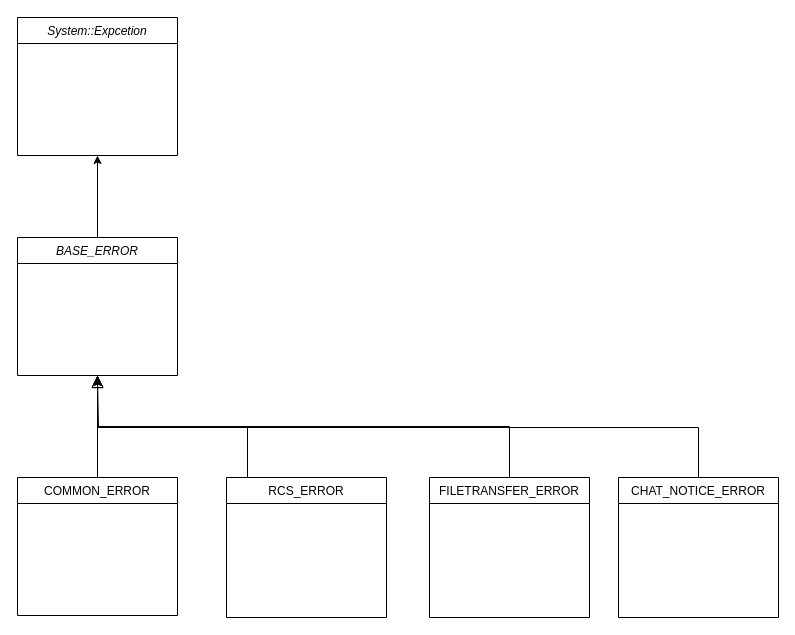
This is UML/mirero/제목 없는 다이어그램.drawio from rhkdguskim/Study, a draw.io file, before an edit. Source tidied: cells renumbered, new cells numbered last; positions are measured from the earlier drawing's top-left corner, leaving out a move shared by most shapes. Both pictures are drawn from the tidied source at 100%, with x=0, y=0 at pixel (17, 17).
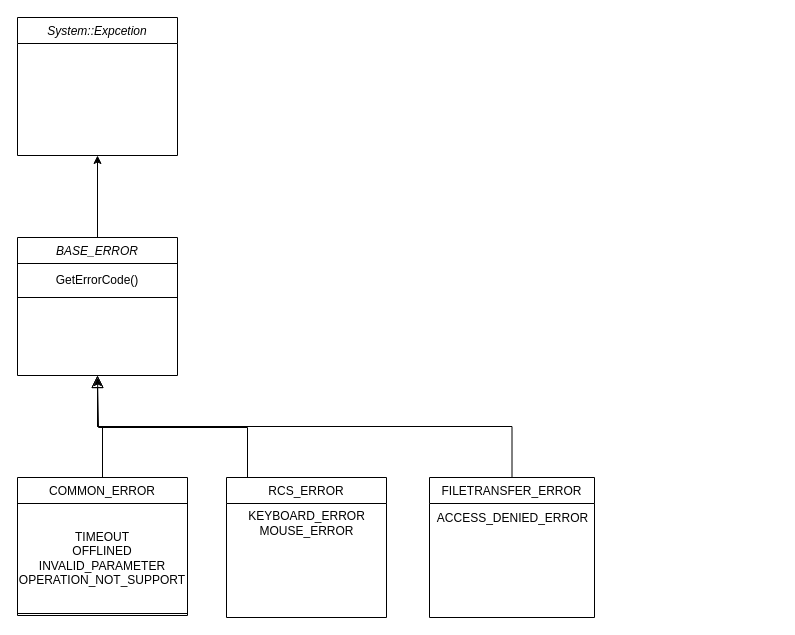
The same page after the edit.

Commit message (it also covers changes not shown here):
제목 없는 다이어그램.drawio 업데이트

The edit, as a diff of the source:
```diff
@@
 <mxGraphModel>
   <root>
     <mxCell id="0" />
     <mxCell id="1" parent="0" />
     <mxCell id="2" style="edgeStyle=orthogonalEdgeStyle;rounded=0;jettySize=auto;html=1;entryX=0.5;entryY=1;entryDx=0;entryDy=0;" parent="1" edge="1" source="3" target="8">
       <mxGeometry relative="1" as="geometry" />
     </mxCell>
     <mxCell id="3" value="BASE_ERROR" style="swimlane;fontStyle=2;align=center;verticalAlign=top;horizontal=1;startSize=26;rounded=0;shadow=0;strokeWidth=1;" parent="1" vertex="1">
       <mxGeometry y="220" width="160" height="138" as="geometry" />
     </mxCell>
+    <mxCell id="13" value="GetErrorCode()" style="whiteSpace=wrap;html=1;" parent="3" vertex="1">
+      <mxGeometry y="26" width="160" height="34" as="geometry" />
+    </mxCell>
     <mxCell id="4" value="COMMON_ERROR" style="swimlane;fontStyle=0;align=center;verticalAlign=top;horizontal=1;startSize=26;rounded=0;shadow=0;strokeWidth=1;" parent="1" vertex="1">
-      <mxGeometry y="460" width="160" height="138" as="geometry" />
+      <mxGeometry y="460" width="170" height="138" as="geometry" />
     </mxCell>
+    <mxCell id="14" value="TIMEOUT&lt;div&gt;OFFLINED&lt;/div&gt;&lt;div&gt;INVALID_PARAMETER&lt;br&gt;&lt;/div&gt;&lt;div&gt;OPERATION_NOT_SUPPORT&lt;/div&gt;" style="whiteSpace=wrap;html=1;" parent="4" vertex="1">
+      <mxGeometry y="26" width="170" height="110" as="geometry" />
+    </mxCell>
     <mxCell id="5" style="endArrow=block;endSize=10;endFill=0;shadow=0;strokeWidth=1;rounded=0;curved=0;edgeStyle=elbowEdgeStyle;elbow=vertical;" parent="1" edge="1" source="4" target="3">
       <mxGeometry relative="1" as="geometry" />
     </mxCell>
     <mxCell id="6" value="FILETRANSFER_ERROR" style="swimlane;fontStyle=0;align=center;verticalAlign=top;horizontal=1;startSize=26;rounded=0;shadow=0;strokeWidth=1;" parent="1" vertex="1">
-      <mxGeometry x="412" y="460" width="160" height="140" as="geometry" />
+      <mxGeometry x="412" y="460" width="165" height="140" as="geometry" />
     </mxCell>
+    <mxCell id="15" value="ACCESS_DENIED_ERROR" style="text;html=1;align=center;verticalAlign=middle;strokeColor=none;fillColor=none;" parent="6" vertex="1">
+      <mxGeometry y="26" width="165" height="30" as="geometry" />
+    </mxCell>
     <mxCell id="7" style="endArrow=block;endSize=10;endFill=0;shadow=0;strokeWidth=1;rounded=0;curved=0;edgeStyle=elbowEdgeStyle;elbow=vertical;" parent="1" edge="1" source="6" target="3">
       <mxGeometry relative="1" as="geometry" />
     </mxCell>
     <mxCell id="8" value="System::Expcetion" style="swimlane;fontStyle=2;align=center;verticalAlign=top;horizontal=1;startSize=26;rounded=0;shadow=0;strokeWidth=1;" parent="1" vertex="1">
       <mxGeometry width="160" height="138" as="geometry" />
     </mxCell>
     <mxCell id="9" style="edgeStyle=orthogonalEdgeStyle;rounded=0;jettySize=auto;html=1;" parent="1" edge="1" source="10">
       <mxGeometry relative="1" as="geometry">
         <mxPoint x="80" y="360" as="targetPoint" />
         <Array as="points">
           <mxPoint x="230" y="410" />
           <mxPoint x="81" y="410" />
         </Array>
       </mxGeometry>
     </mxCell>
     <mxCell id="10" value="RCS_ERROR" style="swimlane;fontStyle=0;align=center;verticalAlign=top;horizontal=1;startSize=26;rounded=0;shadow=0;strokeWidth=1;" parent="1" vertex="1">
       <mxGeometry x="209" y="460" width="160" height="140" as="geometry" />
     </mxCell>
-    <mxCell id="11" style="edgeStyle=orthogonalEdgeStyle;rounded=0;jettySize=auto;html=1;entryX=0.5;entryY=1;entryDx=0;entryDy=0;" parent="1" edge="1" source="12" target="3">
-      <mxGeometry relative="1" as="geometry">
-        <Array as="points">
-          <mxPoint x="681" y="410" />
-          <mxPoint x="80" y="410" />
-        </Array>
-      </mxGeometry>
-    </mxCell>
-    <mxCell id="12" value="CHAT_NOTICE_ERROR" style="swimlane;fontStyle=0;align=center;verticalAlign=top;horizontal=1;startSize=26;rounded=0;shadow=0;strokeWidth=1;" parent="1" vertex="1">
-      <mxGeometry x="601" y="460" width="160" height="140" as="geometry" />
-    </mxCell>
+    <mxCell id="16" value="KEYBOARD_ERROR&lt;br&gt;MOUSE_ERROR" style="text;html=1;align=center;verticalAlign=middle;strokeColor=none;fillColor=none;" parent="10" vertex="1">
+      <mxGeometry y="26" width="160" height="40" as="geometry" />
+    </mxCell>
   </root>
 </mxGraphModel>
```
